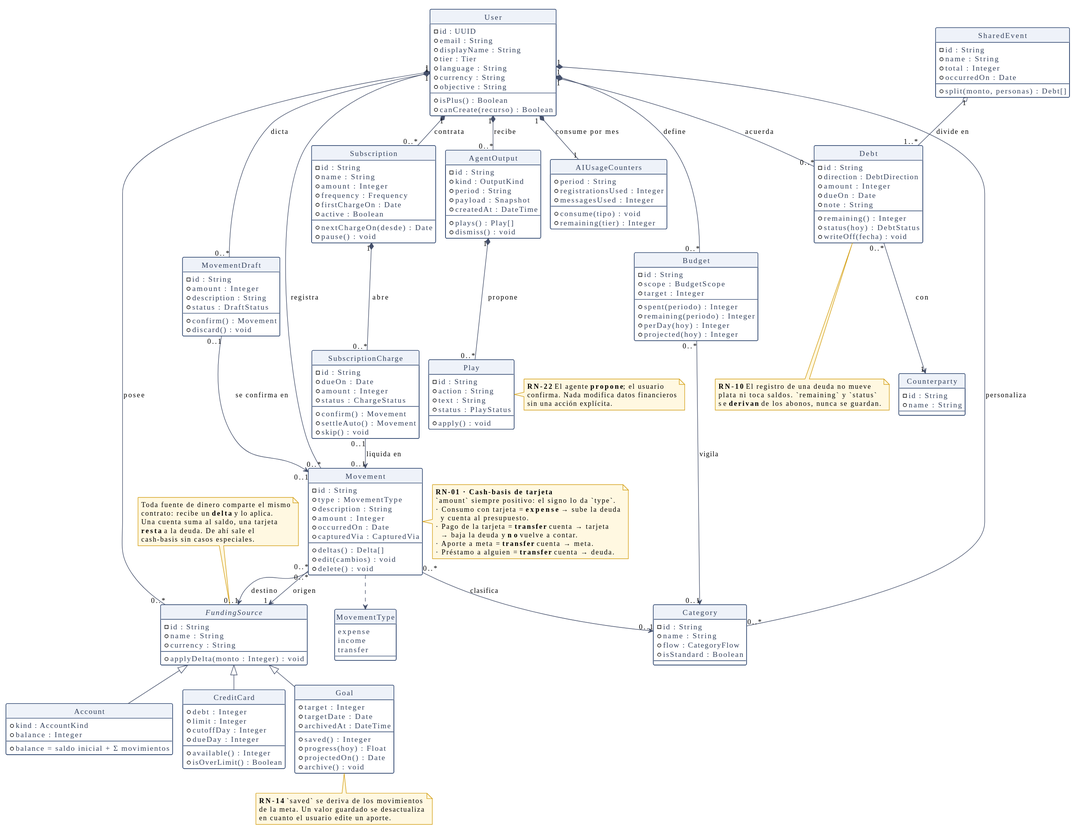
Before: assets/diagrama-de-clases.svg, a diagram exported from PlantUML (Narvaez0993/deshka). Source of this version:
```plantuml
@startuml
!pragma layout smetana
!theme plain
skinparam backgroundColor #FFFFFF
skinparam shadowing false
skinparam nodesep 30
skinparam ranksep 55
skinparam class {
  BorderColor #1F3864
  BackgroundColor #FFFFFF
  HeaderBackgroundColor #EEF2F9
  ArrowColor #45506B
  FontColor #14203A
  AttributeFontColor #33415C
}
skinparam enum {
  BorderColor #0E8A16
  BackgroundColor #F4FBF5
  HeaderBackgroundColor #E7F5EA
}
skinparam note {
  BackgroundColor #FFF8E1
  BorderColor #D4A017
}
hide circle

class User {
  - id : UUID
  + email : String
  + displayName : String
  + tier : Tier
  + language : String
  + currency : String
  + objective : String
  --
  + isPlus() : Boolean
  + canCreate(recurso) : Boolean
}

abstract class FundingSource {
  - id : String
  + name : String
  + currency : String
  --
  + applyDelta(monto : Integer) : void
}

class Account {
  + kind : AccountKind
  + balance : Integer
  --
  + balance = saldo inicial + Σ movimientos
}

class CreditCard {
  + debt : Integer
  + limit : Integer
  + cutoffDay : Integer
  + dueDay : Integer
  --
  + available() : Integer
  + isOverLimit() : Boolean
}

class Goal {
  + target : Integer
  + targetDate : Date
  + archivedAt : DateTime
  --
  + saved() : Integer
  + progress(hoy) : Float
  + projectedOn() : Date
  + archive() : void
}

class Movement {
  - id : String
  + type : MovementType
  + description : String
  + amount : Integer
  + occurredOn : Date
  + capturedVia : CapturedVia
  --
  + deltas() : Delta[]
  + edit(cambios) : void
  + delete() : void
}

class Category {
  - id : String
  + name : String
  + flow : CategoryFlow
  + isStandard : Boolean
}

class Budget {
  - id : String
  + scope : BudgetScope
  + target : Integer
  --
  + spent(periodo) : Integer
  + remaining(periodo) : Integer
  + perDay(hoy) : Integer
  + projected(hoy) : Integer
}

class Subscription {
  - id : String
  + name : String
  + amount : Integer
  + frequency : Frequency
  + firstChargeOn : Date
  + active : Boolean
  --
  + nextChargeOn(desde) : Date
  + pause() : void
}

class SubscriptionCharge {
  - id : String
  + dueOn : Date
  + amount : Integer
  + status : ChargeStatus
  --
  + confirm() : Movement
  + settleAuto() : Movement
  + skip() : void
}

class Debt {
  - id : String
  + direction : DebtDirection
  + amount : Integer
  + dueOn : Date
  + note : String
  --
  + remaining() : Integer
  + status(hoy) : DebtStatus
  + writeOff(fecha) : void
}

class Counterparty {
  - id : String
  + name : String
}

class SharedEvent {
  - id : String
  + name : String
  + total : Integer
  + occurredOn : Date
  --
  + split(monto, personas) : Debt[]
}

class AgentOutput {
  - id : String
  + kind : OutputKind
  + period : String
  + payload : Snapshot
  + createdAt : DateTime
  --
  + plays() : Play[]
  + dismiss() : void
}

class Play {
  - id : String
  + action : String
  + text : String
  + status : PlayStatus
  --
  + apply() : void
}

class MovementDraft {
  - id : String
  + amount : Integer
  + description : String
  + status : DraftStatus
  --
  + confirm() : Movement
  + discard() : void
}

class AIUsageCounters {
  + period : String
  + registrationsUsed : Integer
  + messagesUsed : Integer
  --
  + consume(tipo) : void
  + remaining(tier) : Integer
}

enum MovementType {
  expense
  income
  transfer
}

FundingSource <|-- Account
FundingSource <|-- CreditCard
FundingSource <|-- Goal

User "1" *-- "0..*" FundingSource : posee
User "1" *-- "0..*" Movement : registra
User "1" *-- "0..*" Category : personaliza
User "1" *-- "0..*" Budget : define
User "1" *-- "0..*" Subscription : contrata
User "1" *-- "0..*" Debt : acuerda
User "1" *-- "0..*" AgentOutput : recibe
User "1" *-- "1" AIUsageCounters : consume por mes

Movement "0..*" --> "1" FundingSource : origen
Movement "0..*" --> "0..1" FundingSource : destino
Movement "0..*" --> "0..1" Category : clasifica
Movement ..> MovementType

Budget "0..*" --> "0..1" Category : vigila

Subscription "1" *-- "0..*" SubscriptionCharge : abre
SubscriptionCharge "0..1" --> "0..1" Movement : liquida en

Debt "0..*" --> "1" Counterparty : con
SharedEvent "1" o-- "1..*" Debt : divide en

AgentOutput "1" *-- "0..*" Play : propone
MovementDraft "0..1" --> "0..1" Movement : se confirma en
User "1" *-- "0..*" MovementDraft : dicta

note top of FundingSource
  Toda fuente de dinero comparte el mismo
  contrato: recibe un **delta** y lo aplica.
  Una cuenta suma al saldo, una tarjeta
  **resta** a la deuda. De ahí sale el
  cash-basis sin casos especiales.
end note

note right of Movement
  **RN-01 · Cash-basis de tarjeta**
  `amount` siempre positivo: el signo lo da `type`.
  · Consumo con tarjeta = **expense** → sube la deuda
    y cuenta al presupuesto.
  · Pago de la tarjeta = **transfer** cuenta → tarjeta
    → baja la deuda y **no** vuelve a contar.
  · Aporte a meta = **transfer** cuenta → meta.
  · Préstamo a alguien = **transfer** cuenta → deuda.
end note

note bottom of Debt
  **RN-10** El registro de una deuda no mueve
  plata ni toca saldos. `remaining` y `status`
  se **derivan** de los abonos, nunca se guardan.
end note

note bottom of Goal
  **RN-14** `saved` se deriva de los movimientos
  de la meta. Un valor guardado se desactualiza
  en cuanto el usuario edite un aporte.
end note

note right of Play
  **RN-22** El agente **propone**; el usuario
  confirma. Nada modifica datos financieros
  sin una acción explícita.
end note
@enduml
```
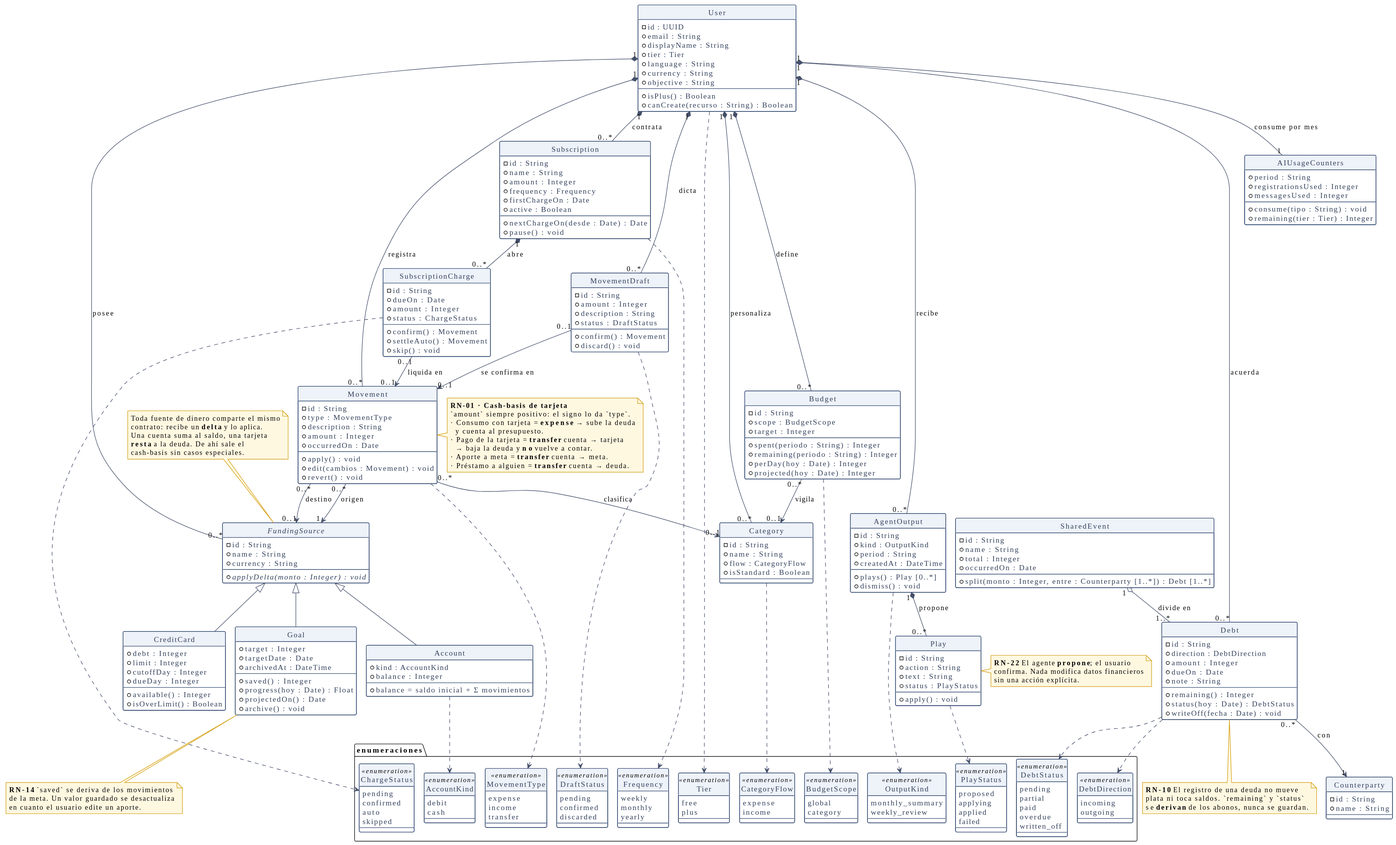
Later version of the same file.

Commit message:
fix(uml): tipos definidos, estereotipo «enumeration» y notación de multiplicidad

Corrige tres desviaciones del estándar UML 2.5: tipos referenciados sin
definir (12 enumeraciones ahora declaradas), la enumeración sin estereotipo
explícito, y Play[] / Debt[] cambiados por la notación de multiplicidad.
Todos los parámetros de operación quedan tipados.

Change to the diagram source:
```diff
@@ -34,7 +34,7 @@
   + objective : String
   --
   + isPlus() : Boolean
-  + canCreate(recurso) : Boolean
+  + canCreate(recurso : String) : Boolean
 }
 
 abstract class FundingSource {
@@ -42,7 +42,7 @@
   + name : String
   + currency : String
   --
-  + applyDelta(monto : Integer) : void
+  + {abstract} applyDelta(monto : Integer) : void
 }
 
 class Account {
@@ -68,7 +68,7 @@
   + archivedAt : DateTime
   --
   + saved() : Integer
-  + progress(hoy) : Float
+  + progress(hoy : Date) : Float
   + projectedOn() : Date
   + archive() : void
 }
@@ -79,11 +79,10 @@
   + description : String
   + amount : Integer
   + occurredOn : Date
-  + capturedVia : CapturedVia
   --
-  + deltas() : Delta[]
-  + edit(cambios) : void
-  + delete() : void
+  + apply() : void
+  + edit(cambios : Movement) : void
+  + revert() : void
 }
 
 class Category {
@@ -98,10 +97,10 @@
   + scope : BudgetScope
   + target : Integer
   --
-  + spent(periodo) : Integer
-  + remaining(periodo) : Integer
-  + perDay(hoy) : Integer
-  + projected(hoy) : Integer
+  + spent(periodo : String) : Integer
+  + remaining(periodo : String) : Integer
+  + perDay(hoy : Date) : Integer
+  + projected(hoy : Date) : Integer
 }
 
 class Subscription {
@@ -112,7 +111,7 @@
   + firstChargeOn : Date
   + active : Boolean
   --
-  + nextChargeOn(desde) : Date
+  + nextChargeOn(desde : Date) : Date
   + pause() : void
 }
 
@@ -135,8 +134,8 @@
   + note : String
   --
   + remaining() : Integer
-  + status(hoy) : DebtStatus
-  + writeOff(fecha) : void
+  + status(hoy : Date) : DebtStatus
+  + writeOff(fecha : Date) : void
 }
 
 class Counterparty {
@@ -150,17 +149,16 @@
   + total : Integer
   + occurredOn : Date
   --
-  + split(monto, personas) : Debt[]
+  + split(monto : Integer, entre : Counterparty [1..*]) : Debt [1..*]
 }
 
 class AgentOutput {
   - id : String
   + kind : OutputKind
   + period : String
-  + payload : Snapshot
   + createdAt : DateTime
   --
-  + plays() : Play[]
+  + plays() : Play [0..*]
   + dismiss() : void
 }
 
@@ -188,14 +186,69 @@
   + registrationsUsed : Integer
   + messagesUsed : Integer
   --
-  + consume(tipo) : void
-  + remaining(tier) : Integer
+  + consume(tipo : String) : void
+  + remaining(tier : Tier) : Integer
 }
 
-enum MovementType {
-  expense
-  income
-  transfer
+package "enumeraciones" as P_ENUM {
+  enum MovementType <<enumeration>> {
+    expense
+    income
+    transfer
+  }
+  enum AccountKind <<enumeration>> {
+    debit
+    cash
+  }
+  enum CategoryFlow <<enumeration>> {
+    expense
+    income
+  }
+  enum BudgetScope <<enumeration>> {
+    global
+    category
+  }
+  enum Frequency <<enumeration>> {
+    weekly
+    monthly
+    yearly
+  }
+  enum ChargeStatus <<enumeration>> {
+    pending
+    confirmed
+    auto
+    skipped
+  }
+  enum DebtDirection <<enumeration>> {
+    incoming
+    outgoing
+  }
+  enum DebtStatus <<enumeration>> {
+    pending
+    partial
+    paid
+    overdue
+    written_off
+  }
+  enum DraftStatus <<enumeration>> {
+    pending
+    confirmed
+    discarded
+  }
+  enum PlayStatus <<enumeration>> {
+    proposed
+    applying
+    applied
+    failed
+  }
+  enum OutputKind <<enumeration>> {
+    monthly_summary
+    weekly_review
+  }
+  enum Tier <<enumeration>> {
+    free
+    plus
+  }
 }
 
 FundingSource <|-- Account
@@ -215,6 +268,17 @@
 Movement "0..*" --> "0..1" FundingSource : destino
 Movement "0..*" --> "0..1" Category : clasifica
 Movement ..> MovementType
+User ..> Tier
+Account ..> AccountKind
+Category ..> CategoryFlow
+Budget ..> BudgetScope
+Subscription ..> Frequency
+SubscriptionCharge ..> ChargeStatus
+Debt ..> DebtDirection
+Debt ..> DebtStatus
+MovementDraft ..> DraftStatus
+Play ..> PlayStatus
+AgentOutput ..> OutputKind
 
 Budget "0..*" --> "0..1" Category : vigila
 
```
